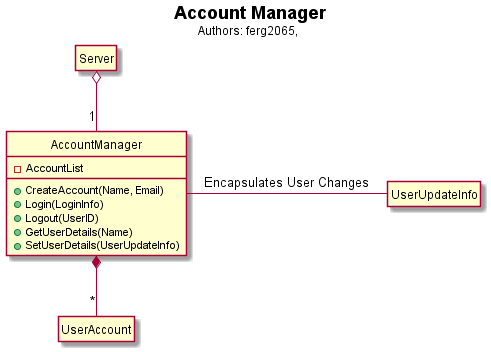
Before: hw3/Server/server_accountmanager.png, a diagram exported from PlantUML (voxelv/sQuire_kw).
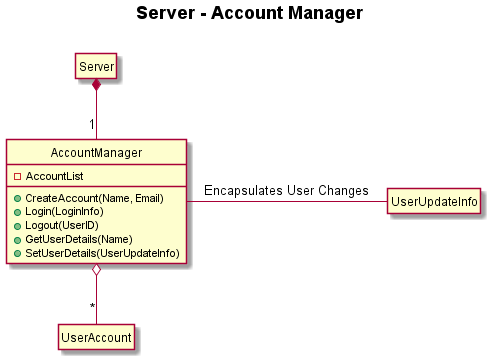
After the commit.

Diff of the diagram source:
```diff
@@ -2,7 +2,7 @@
 hide circle
 hide empty members
 
-Title <b>Account Manager</b>\n<size:12>Authors: ferg2065, </size>
+Title <b>Server - Account Manager</b>\n
 
 class "Server" as sqs
 class "AccountManager" as sqs_ua_m{
@@ -16,8 +16,8 @@
 class "UserAccount" as sqs_ua
 class "UserUpdateInfo" as sqs_ua_ui
 
-sqs o-- "1" sqs_ua_m
-sqs_ua_m *-- "*" sqs_ua
+sqs *-- "1" sqs_ua_m
+sqs_ua_m o-- "*" sqs_ua
 sqs_ua_m - sqs_ua_ui : Encapsulates User Changes
 
 
```
